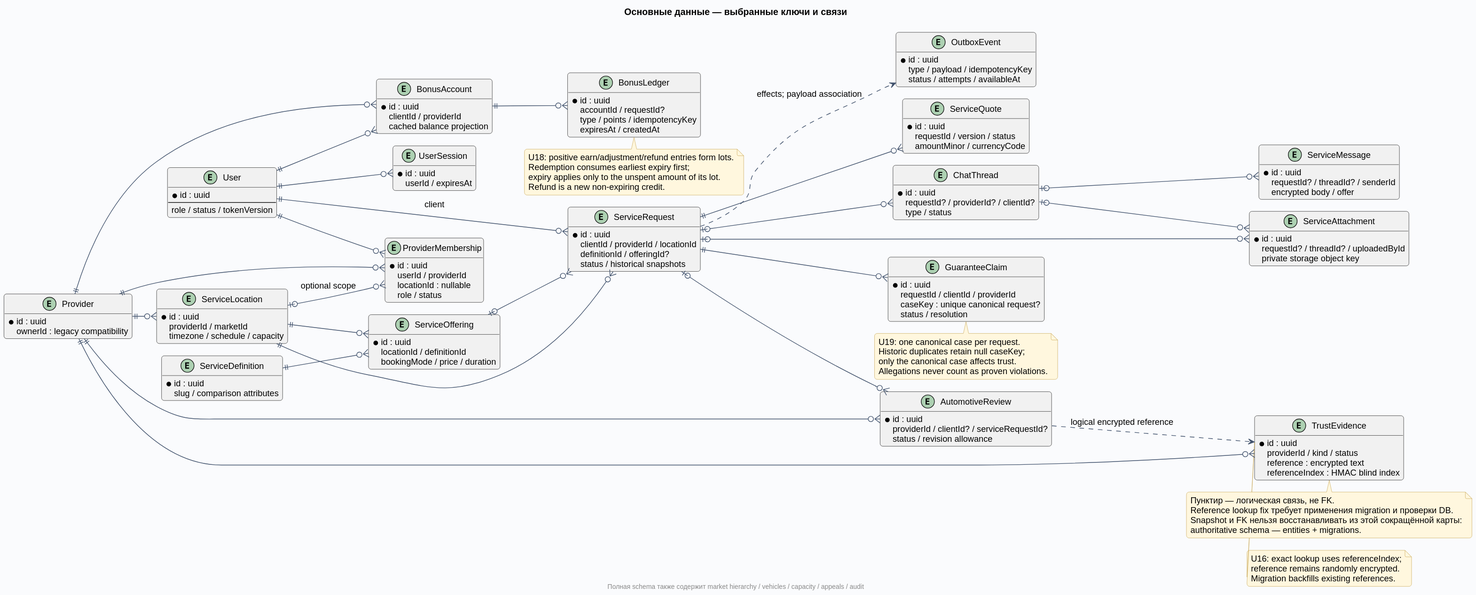
Before: docs/diagrams/rendered/05-domain-data.svg, a diagram exported from PlantUML (Dima163163/auto-care-hub). Its diagram source:
```plantuml
@startuml
!include _style.puml
title Основные данные — выбранные ключи и связи
left to right direction
entity "User" as User {
  * id : uuid
  --
  role / status / tokenVersion
}
entity "UserSession" as Session {
  * id : uuid
  userId / expiresAt
}
entity "Provider" as Provider {
  * id : uuid
  ownerId : legacy compatibility
}
entity "ProviderMembership" as Membership {
  * id : uuid
  userId / providerId
  locationId : nullable
  role / status
}
entity "ServiceLocation" as Location {
  * id : uuid
  providerId / marketId
  timezone / schedule / capacity
}
entity "ServiceDefinition" as Definition {
  * id : uuid
  slug / comparison attributes
}
entity "ServiceOffering" as Offering {
  * id : uuid
  locationId / definitionId
  bookingMode / price / duration
}
entity "ServiceRequest" as Request {
  * id : uuid
  clientId / providerId / locationId
  definitionId / offeringId?
  status / historical snapshots
}
entity "ServiceQuote" as Quote {
  * id : uuid
  requestId / version / status
  amountMinor / currencyCode
}
entity "ChatThread" as Thread {
  * id : uuid
  requestId? / providerId? / clientId?
  type / status
}
entity "ServiceMessage" as Message {
  * id : uuid
  requestId? / threadId? / senderId
  encrypted body / offer
}
entity "ServiceAttachment" as Attachment {
  * id : uuid
  requestId? / threadId? / uploadedById
  private storage object key
}
entity "AutomotiveReview" as Review {
  * id : uuid
  providerId / clientId? / serviceRequestId?
  status / revision allowance
}
entity "TrustEvidence" as Evidence {
  * id : uuid
  providerId / kind / status
  reference : encrypted text
  referenceIndex : HMAC blind index
}
entity "GuaranteeClaim" as Claim {
  * id : uuid
  requestId / clientId / providerId
  caseKey : unique canonical request?
  status / resolution
}
entity "BonusAccount" as Account {
  * id : uuid
  clientId / providerId
  cached balance projection
}
entity "BonusLedger" as Ledger {
  * id : uuid
  accountId / requestId?
  type / points / idempotencyKey
  expiresAt / createdAt
}
entity "OutboxEvent" as Outbox {
  * id : uuid
  type / payload / idempotencyKey
  status / attempts / availableAt
}
User ||--o{ Session
User ||--o{ Membership
Provider ||--o{ Membership
Location |o--o{ Membership : optional scope
Provider ||--o{ Location
Location ||--o{ Offering
Definition ||--o{ Offering
User ||--o{ Request : client
Location ||--o{ Request
Offering |o--o{ Request
Request ||--o{ Quote
Request |o--o{ Thread
Thread |o--o{ Message
Thread |o--o{ Attachment
Request |o--o{ Attachment
Request |o--o{ Review
Provider ||--o{ Review
Provider ||--o{ Evidence
Review ..> Evidence : logical encrypted reference
Request ||--o{ Claim
Provider ||--o{ Account
User ||--o{ Account
Account ||--o{ Ledger
note bottom of Ledger
  U18: positive earn/adjustment/refund entries form lots.
  Redemption consumes earliest expiry first;
  expiry applies only to the unspent amount of its lot.
  Refund is a new non-expiring credit.
end note
note bottom of Claim
  U19: one canonical case per request.
  Historic duplicates retain null caseKey;
  only the canonical case affects trust.
  Allegations never count as proven violations.
end note
note bottom of Evidence
  U16: exact lookup uses referenceIndex;
  reference remains randomly encrypted.
  Migration backfills existing references.
end note
Request ..> Outbox : effects; payload association
note bottom of Evidence
  Пунктир — логическая связь, не FK.
  Reference lookup fix требует применения migration и проверки DB.
  Snapshot и FK нельзя восстанавливать из этой сокращённой карты:
  authoritative schema — entities + migrations.
end note
footer Полная schema также содержит market hierarchy / vehicles / capacity / appeals / audit
@enduml
```
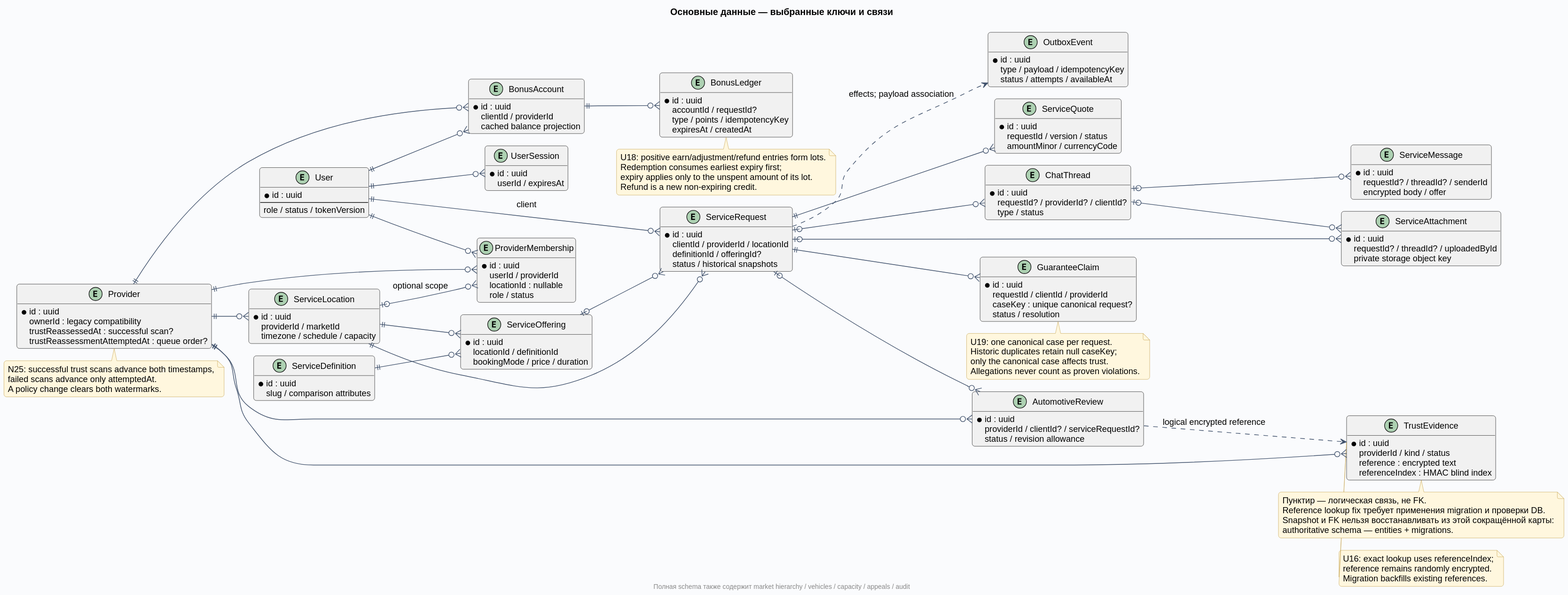
After the change.

What changed in the source:
```diff
@@ -14,6 +14,8 @@
 entity "Provider" as Provider {
   * id : uuid
   ownerId : legacy compatibility
+  trustReassessedAt : successful scan?
+  trustReassessmentAttemptedAt : queue order?
 }
 entity "ProviderMembership" as Membership {
   * id : uuid
@@ -129,6 +131,11 @@
   only the canonical case affects trust.
   Allegations never count as proven violations.
 end note
+note bottom of Provider
+  N25: successful trust scans advance both timestamps,
+  failed scans advance only attemptedAt.
+  A policy change clears both watermarks.
+end note
 note bottom of Evidence
   U16: exact lookup uses referenceIndex;
   reference remains randomly encrypted.
```
